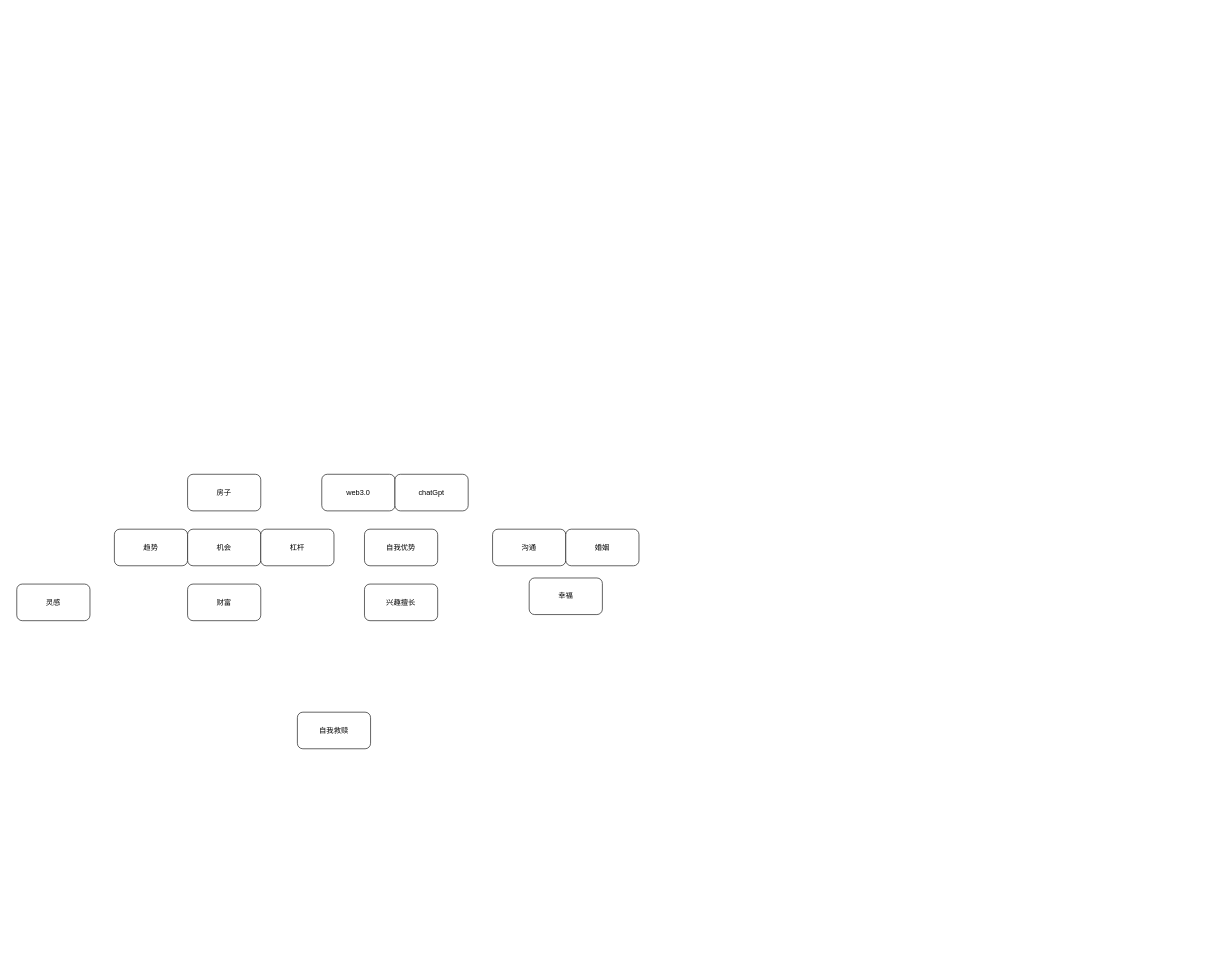
Asamiyaa/microservice-k8s-yun keeps this draw.io diagram as menus/财富幸福.drawio. Above is the earlier version. Source tidied: cells renumbered, new cells numbered last; positions are measured from the earlier drawing's top-left corner, leaving out a move shared by most shapes. Both pictures are drawn from the tidied source at 61%, with x=0, y=0 at pixel (16, 474).
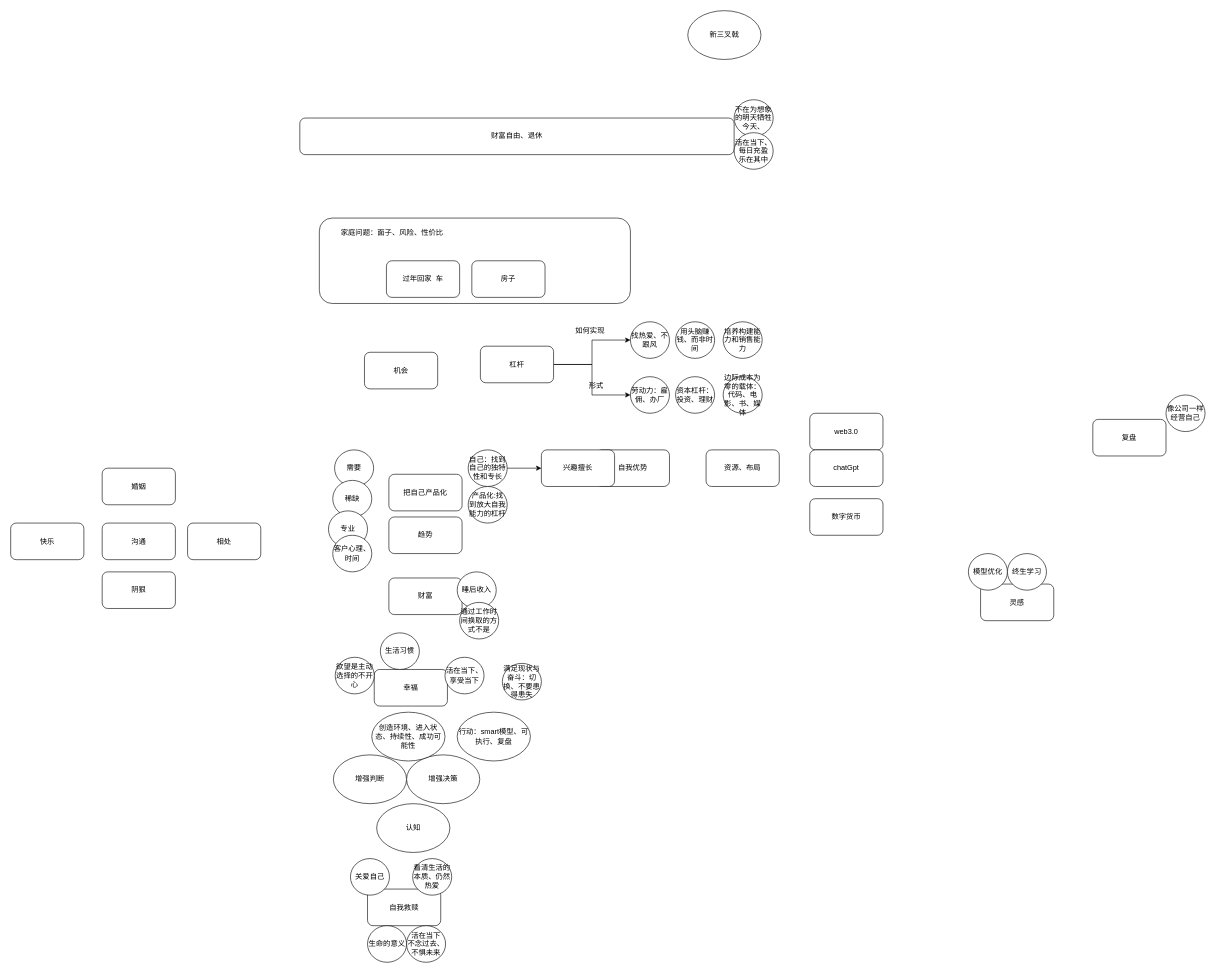
The same diagram, later.

Commit message:
更新财富幸福.drawio

What changed in the source:
```diff
@@
+    <mxCell id="16" style="rounded=1;whiteSpace=wrap;html=1;" parent="1" vertex="1">
+      <mxGeometry x="496" y="-420" width="510" height="140" as="geometry" />
+    </mxCell>
     <mxCell id="2" value="自我救赎" style="rounded=1;whiteSpace=wrap;html=1;" parent="1" vertex="1">
-      <mxGeometry x="460" y="390" width="120" height="60" as="geometry" />
+      <mxGeometry x="575" y="680" width="120" height="60" as="geometry" />
     </mxCell>
     <mxCell id="3" value="财富" style="rounded=1;whiteSpace=wrap;html=1;" parent="1" vertex="1">
-      <mxGeometry x="280" y="180" width="120" height="60" as="geometry" />
+      <mxGeometry x="610" y="170" width="120" height="60" as="geometry" />
     </mxCell>
     <mxCell id="4" value="幸福" style="rounded=1;whiteSpace=wrap;html=1;" parent="1" vertex="1">
-      <mxGeometry x="840" y="170" width="120" height="60" as="geometry" />
+      <mxGeometry x="586" y="320" width="120" height="60" as="geometry" />
     </mxCell>
     <mxCell id="5" value="沟通" style="rounded=1;whiteSpace=wrap;html=1;" parent="1" vertex="1">
-      <mxGeometry x="780" y="90" width="120" height="60" as="geometry" />
+      <mxGeometry x="140" y="80" width="120" height="60" as="geometry" />
     </mxCell>
     <mxCell id="6" value="婚姻" style="rounded=1;whiteSpace=wrap;html=1;" parent="1" vertex="1">
-      <mxGeometry x="900" y="90" width="120" height="60" as="geometry" />
+      <mxGeometry x="140" y="-10" width="120" height="60" as="geometry" />
     </mxCell>
-    <mxCell id="7" value="机会" style="rounded=1;whiteSpace=wrap;html=1;" parent="1" vertex="1">
-      <mxGeometry x="280" y="90" width="120" height="60" as="geometry" />
+    <mxCell id="7" value="过年回家&amp;nbsp; 车" style="rounded=1;whiteSpace=wrap;html=1;" parent="1" vertex="1">
+      <mxGeometry x="606" y="-350" width="120" height="60" as="geometry" />
     </mxCell>
+    <mxCell id="17" style="edgeStyle=orthogonalEdgeStyle;rounded=0;jettySize=auto;html=1;exitX=1;exitY=0.5;exitDx=0;exitDy=0;entryX=0;entryY=0.5;entryDx=0;entryDy=0;" parent="1" edge="1" source="8" target="36">
+      <mxGeometry relative="1" as="geometry" />
+    </mxCell>
+    <mxCell id="18" style="edgeStyle=orthogonalEdgeStyle;rounded=0;jettySize=auto;html=1;exitX=1;exitY=0.5;exitDx=0;exitDy=0;entryX=0;entryY=0.5;entryDx=0;entryDy=0;" parent="1" edge="1" source="8" target="39">
+      <mxGeometry relative="1" as="geometry" />
+    </mxCell>
     <mxCell id="8" value="杠杆" style="rounded=1;whiteSpace=wrap;html=1;" parent="1" vertex="1">
-      <mxGeometry x="400" y="90" width="120" height="60" as="geometry" />
+      <mxGeometry x="760" y="-210" width="120" height="60" as="geometry" />
     </mxCell>
     <mxCell id="9" value="趋势" style="rounded=1;whiteSpace=wrap;html=1;" parent="1" vertex="1">
-      <mxGeometry x="160" y="90" width="120" height="60" as="geometry" />
+      <mxGeometry x="610" y="70" width="120" height="60" as="geometry" />
     </mxCell>
     <mxCell id="10" value="自我优势" style="rounded=1;whiteSpace=wrap;html=1;" parent="1" vertex="1">
-      <mxGeometry x="570" y="90" width="120" height="60" as="geometry" />
+      <mxGeometry x="950" y="-40" width="120" height="60" as="geometry" />
     </mxCell>
     <mxCell id="11" value="兴趣擅长" style="rounded=1;whiteSpace=wrap;html=1;" parent="1" vertex="1">
-      <mxGeometry x="570" y="180" width="120" height="60" as="geometry" />
+      <mxGeometry x="860" y="-40" width="120" height="60" as="geometry" />
     </mxCell>
     <mxCell id="12" value="灵感" style="rounded=1;whiteSpace=wrap;html=1;" parent="1" vertex="1">
-      <mxGeometry y="180" width="120" height="60" as="geometry" />
+      <mxGeometry x="1580" y="180" width="120" height="60" as="geometry" />
     </mxCell>
     <mxCell id="13" value="房子" style="rounded=1;whiteSpace=wrap;html=1;" parent="1" vertex="1">
-      <mxGeometry x="280" width="120" height="60" as="geometry" />
+      <mxGeometry x="746" y="-350" width="120" height="60" as="geometry" />
     </mxCell>
     <mxCell id="14" value="web3.0" style="rounded=1;whiteSpace=wrap;html=1;" parent="1" vertex="1">
-      <mxGeometry x="500" width="120" height="60" as="geometry" />
+      <mxGeometry x="1300" y="-100" width="120" height="60" as="geometry" />
     </mxCell>
     <mxCell id="15" value="chatGpt" style="rounded=1;whiteSpace=wrap;html=1;" parent="1" vertex="1">
-      <mxGeometry x="620" width="120" height="60" as="geometry" />
+      <mxGeometry x="1300" y="-40" width="120" height="60" as="geometry" />
     </mxCell>
+    <mxCell id="19" value="快乐" style="rounded=1;whiteSpace=wrap;html=1;" parent="1" vertex="1">
+      <mxGeometry x="-10" y="80" width="120" height="60" as="geometry" />
+    </mxCell>
+    <mxCell id="20" value="相处" style="rounded=1;whiteSpace=wrap;html=1;" parent="1" vertex="1">
+      <mxGeometry x="280" y="80" width="120" height="60" as="geometry" />
+    </mxCell>
+    <mxCell id="21" value="机会" style="rounded=1;whiteSpace=wrap;html=1;" parent="1" vertex="1">
+      <mxGeometry x="570" y="-200" width="120" height="60" as="geometry" />
+    </mxCell>
+    <mxCell id="22" value="资源、布局" style="rounded=1;whiteSpace=wrap;html=1;" parent="1" vertex="1">
+      <mxGeometry x="1130" y="-40" width="120" height="60" as="geometry" />
+    </mxCell>
+    <mxCell id="23" value="生命的意义" style="ellipse;whiteSpace=wrap;html=1;" parent="1" vertex="1">
+      <mxGeometry x="575" y="740" width="64" height="60" as="geometry" />
+    </mxCell>
+    <mxCell id="24" value="活在当下&lt;br&gt;不念过去、不惧未来" style="ellipse;whiteSpace=wrap;html=1;" parent="1" vertex="1">
+      <mxGeometry x="639" y="740" width="64" height="60" as="geometry" />
+    </mxCell>
+    <mxCell id="25" value="关爱自己" style="ellipse;whiteSpace=wrap;html=1;" parent="1" vertex="1">
+      <mxGeometry x="547" y="630" width="64" height="60" as="geometry" />
+    </mxCell>
+    <mxCell id="26" value="看清生活的本质、仍然热爱" style="ellipse;whiteSpace=wrap;html=1;" parent="1" vertex="1">
+      <mxGeometry x="649" y="630" width="64" height="60" as="geometry" />
+    </mxCell>
+    <mxCell id="27" value="欲望是主动选择的不开心" style="ellipse;whiteSpace=wrap;html=1;" parent="1" vertex="1">
+      <mxGeometry x="522" y="300" width="64" height="60" as="geometry" />
+    </mxCell>
+    <mxCell id="28" value="活在当下、享受当下" style="ellipse;whiteSpace=wrap;html=1;" parent="1" vertex="1">
+      <mxGeometry x="702" y="300" width="64" height="60" as="geometry" />
+    </mxCell>
+    <mxCell id="29" value="生活习惯" style="ellipse;whiteSpace=wrap;html=1;" parent="1" vertex="1">
+      <mxGeometry x="596" y="260" width="64" height="60" as="geometry" />
+    </mxCell>
+    <mxCell id="30" value="睡后收入" style="ellipse;whiteSpace=wrap;html=1;" parent="1" vertex="1">
+      <mxGeometry x="722" y="160" width="64" height="60" as="geometry" />
+    </mxCell>
+    <mxCell id="31" value="把自己产品化" style="rounded=1;whiteSpace=wrap;html=1;" parent="1" vertex="1">
+      <mxGeometry x="610" width="120" height="60" as="geometry" />
+    </mxCell>
+    <mxCell id="32" style="edgeStyle=orthogonalEdgeStyle;rounded=0;jettySize=auto;html=1;exitX=1;exitY=0.5;exitDx=0;exitDy=0;" parent="1" edge="1" source="33" target="11">
+      <mxGeometry relative="1" as="geometry" />
+    </mxCell>
+    <mxCell id="33" value="自己：找到自己的独特性和专长" style="ellipse;whiteSpace=wrap;html=1;" parent="1" vertex="1">
+      <mxGeometry x="740" y="-40" width="64" height="60" as="geometry" />
+    </mxCell>
+    <mxCell id="34" value="产品化:找到放大自我能力的杠杆" style="ellipse;whiteSpace=wrap;html=1;" parent="1" vertex="1">
+      <mxGeometry x="740" y="20" width="64" height="60" as="geometry" />
+    </mxCell>
+    <mxCell id="35" value="家庭问题：面子、风险、性价比" style="text;html=1;strokeColor=none;fillColor=none;align=center;verticalAlign=middle;whiteSpace=wrap;rounded=0;" parent="1" vertex="1">
+      <mxGeometry x="521" y="-410" width="189" height="30" as="geometry" />
+    </mxCell>
+    <mxCell id="36" value="劳动力：雇佣、办厂" style="ellipse;whiteSpace=wrap;html=1;" parent="1" vertex="1">
+      <mxGeometry x="1006" y="-160" width="64" height="60" as="geometry" />
+    </mxCell>
+    <mxCell id="37" value="资本杠杆：投资、理财" style="ellipse;whiteSpace=wrap;html=1;" parent="1" vertex="1">
+      <mxGeometry x="1080" y="-160" width="64" height="60" as="geometry" />
+    </mxCell>
+    <mxCell id="38" value="边际成本为零的载体：代码、电影、书、媒体" style="ellipse;whiteSpace=wrap;html=1;" parent="1" vertex="1">
+      <mxGeometry x="1158" y="-160" width="64" height="60" as="geometry" />
+    </mxCell>
+    <mxCell id="39" value="找热爱、不跟风" style="ellipse;whiteSpace=wrap;html=1;" parent="1" vertex="1">
+      <mxGeometry x="1006" y="-250" width="64" height="60" as="geometry" />
+    </mxCell>
+    <mxCell id="40" value="如何实现" style="text;html=1;strokeColor=none;fillColor=none;align=center;verticalAlign=middle;whiteSpace=wrap;rounded=0;" parent="1" vertex="1">
+      <mxGeometry x="910" y="-250" width="60" height="30" as="geometry" />
+    </mxCell>
+    <mxCell id="41" value="形式" style="text;html=1;strokeColor=none;fillColor=none;align=center;verticalAlign=middle;whiteSpace=wrap;rounded=0;" parent="1" vertex="1">
+      <mxGeometry x="920" y="-160" width="60" height="30" as="geometry" />
+    </mxCell>
+    <mxCell id="42" value="用头脑赚钱、而非时间" style="ellipse;whiteSpace=wrap;html=1;" parent="1" vertex="1">
+      <mxGeometry x="1080" y="-250" width="64" height="60" as="geometry" />
+    </mxCell>
+    <mxCell id="43" value="培养构建能力和销售能力" style="ellipse;whiteSpace=wrap;html=1;" parent="1" vertex="1">
+      <mxGeometry x="1158" y="-250" width="64" height="60" as="geometry" />
+    </mxCell>
+    <mxCell id="44" value="财富自由、退休" style="rounded=1;whiteSpace=wrap;html=1;" parent="1" vertex="1">
+      <mxGeometry x="464" y="-584" width="712" height="60" as="geometry" />
+    </mxCell>
+    <mxCell id="45" value="不在为想象的明天牺牲今天、" style="ellipse;whiteSpace=wrap;html=1;" parent="1" vertex="1">
+      <mxGeometry x="1176" y="-614" width="64" height="60" as="geometry" />
+    </mxCell>
+    <mxCell id="46" value="活在当下、每日充盈&lt;br&gt;乐在其中" style="ellipse;whiteSpace=wrap;html=1;" parent="1" vertex="1">
+      <mxGeometry x="1176" y="-560" width="64" height="60" as="geometry" />
+    </mxCell>
+    <mxCell id="47" value="认知" style="ellipse;whiteSpace=wrap;html=1;" parent="1" vertex="1">
+      <mxGeometry x="590" y="540" width="120" height="80" as="geometry" />
+    </mxCell>
+    <mxCell id="48" value="增强判断" style="ellipse;whiteSpace=wrap;html=1;" parent="1" vertex="1">
+      <mxGeometry x="519" y="460" width="120" height="80" as="geometry" />
+    </mxCell>
+    <mxCell id="49" value="增强决策" style="ellipse;whiteSpace=wrap;html=1;" parent="1" vertex="1">
+      <mxGeometry x="639" y="460" width="120" height="80" as="geometry" />
+    </mxCell>
+    <mxCell id="50" value="通过工作时间换取的方式不是" style="ellipse;whiteSpace=wrap;html=1;" parent="1" vertex="1">
+      <mxGeometry x="726" y="210" width="64" height="60" as="geometry" />
+    </mxCell>
+    <mxCell id="51" value="创造环境、进入状态、持续性、成功可能性" style="ellipse;whiteSpace=wrap;html=1;" parent="1" vertex="1">
+      <mxGeometry x="582" y="390" width="120" height="80" as="geometry" />
+    </mxCell>
+    <mxCell id="52" value="行动：smart模型、可执行、复盘" style="ellipse;whiteSpace=wrap;html=1;" parent="1" vertex="1">
+      <mxGeometry x="722" y="390" width="120" height="80" as="geometry" />
+    </mxCell>
+    <mxCell id="53" value="满足现状与奋斗：切换、不要患得患失" style="ellipse;whiteSpace=wrap;html=1;" parent="1" vertex="1">
+      <mxGeometry x="796" y="310" width="64" height="60" as="geometry" />
+    </mxCell>
+    <mxCell id="54" value="复盘" style="rounded=1;whiteSpace=wrap;html=1;" parent="1" vertex="1">
+      <mxGeometry x="1764" y="-90" width="120" height="60" as="geometry" />
+    </mxCell>
+    <mxCell id="55" value="新三叉戟" style="ellipse;whiteSpace=wrap;html=1;" parent="1" vertex="1">
+      <mxGeometry x="1100" y="-760" width="120" height="80" as="geometry" />
+    </mxCell>
+    <mxCell id="56" value="模型优化" style="ellipse;whiteSpace=wrap;html=1;" parent="1" vertex="1">
+      <mxGeometry x="1560" y="130" width="64" height="60" as="geometry" />
+    </mxCell>
+    <mxCell id="57" value="终生学习" style="ellipse;whiteSpace=wrap;html=1;" parent="1" vertex="1">
+      <mxGeometry x="1624" y="130" width="64" height="60" as="geometry" />
+    </mxCell>
+    <mxCell id="58" value="像公司一样经营自己" style="ellipse;whiteSpace=wrap;html=1;" parent="1" vertex="1">
+      <mxGeometry x="1884" y="-130" width="64" height="60" as="geometry" />
+    </mxCell>
+    <mxCell id="59" value="数字货币" style="rounded=1;whiteSpace=wrap;html=1;" parent="1" vertex="1">
+      <mxGeometry x="1300" y="40" width="120" height="60" as="geometry" />
+    </mxCell>
+    <mxCell id="60" value="阴狠&lt;br&gt;" style="rounded=1;whiteSpace=wrap;html=1;" parent="1" vertex="1">
+      <mxGeometry x="140" y="160" width="120" height="60" as="geometry" />
+    </mxCell>
+    <mxCell id="61" value="需要" style="ellipse;whiteSpace=wrap;html=1;" parent="1" vertex="1">
+      <mxGeometry x="521" y="-40" width="64" height="60" as="geometry" />
+    </mxCell>
+    <mxCell id="62" value="稀缺" style="ellipse;whiteSpace=wrap;html=1;" parent="1" vertex="1">
+      <mxGeometry x="518" y="10" width="64" height="60" as="geometry" />
+    </mxCell>
+    <mxCell id="63" value="专业" style="ellipse;whiteSpace=wrap;html=1;" parent="1" vertex="1">
+      <mxGeometry x="511" y="60" width="64" height="60" as="geometry" />
+    </mxCell>
+    <mxCell id="64" value="客户心理、时间" style="ellipse;whiteSpace=wrap;html=1;" parent="1" vertex="1">
+      <mxGeometry x="518" y="100" width="64" height="60" as="geometry" />
+    </mxCell>
```
